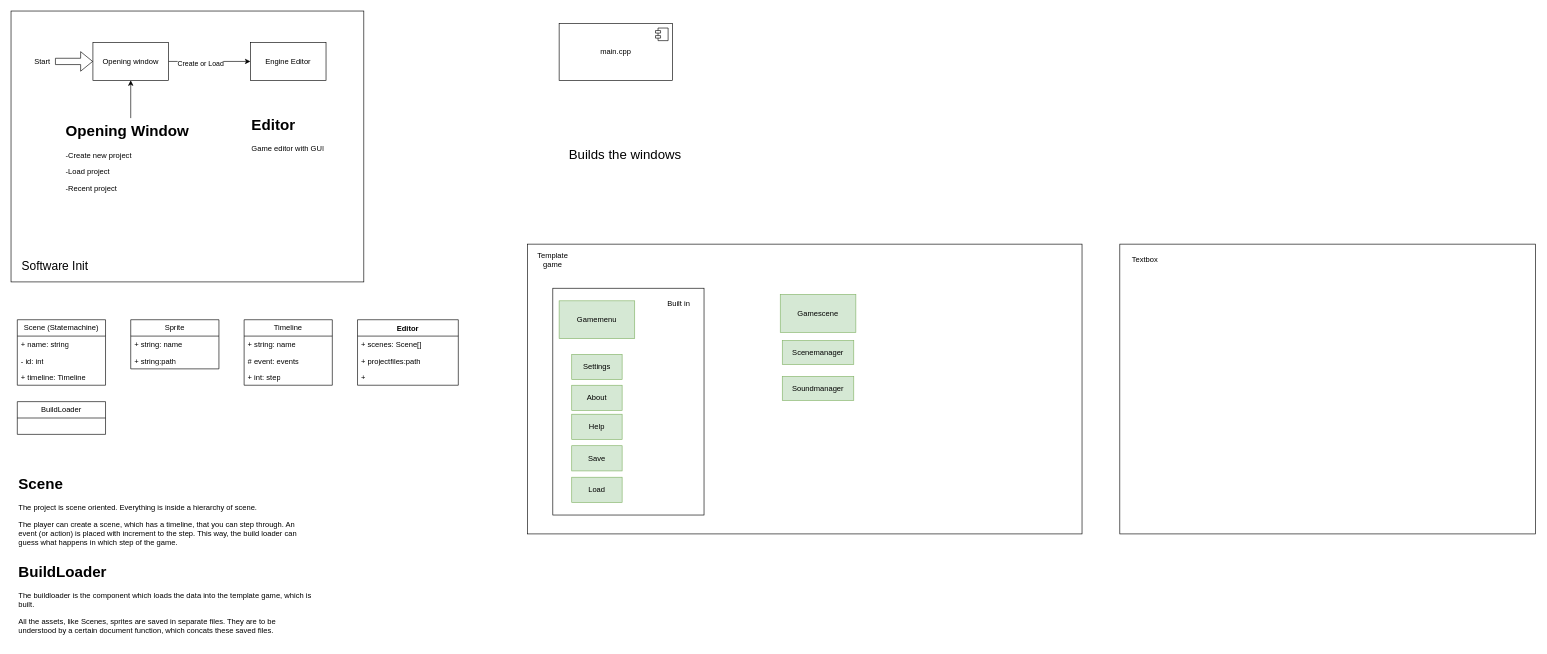
This is VNGE.drawio from dddani0/Visual-Novel-Engine, a draw.io file, before an edit. Source tidied: cells renumbered, new cells numbered last; positions are measured from the earlier drawing's top-left corner, leaving out a move shared by most shapes. Both pictures are drawn from the tidied source at 63%, with x=0, y=0 at pixel (11, 11).
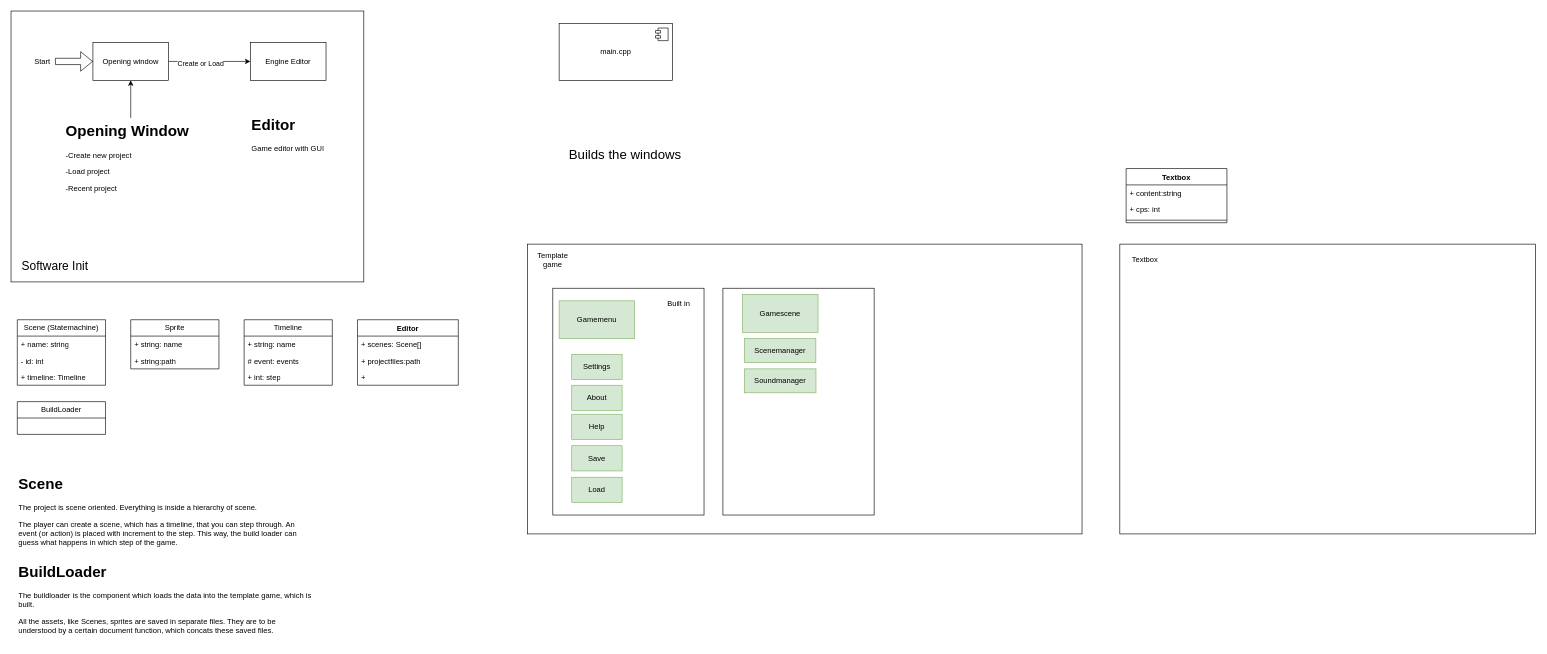
After the change.

What changed in the source:
```diff
@@
     <mxCell id="44" value="Gamescene" style="rounded=0;whiteSpace=wrap;html=1;fillColor=#d5e8d4;strokeColor=#82b366;" parent="1" vertex="1">
-      <mxGeometry x="1221" y="450" width="120" height="60" as="geometry" />
+      <mxGeometry x="1161" y="450" width="120" height="60" as="geometry" />
     </mxCell>
     <mxCell id="45" value="Scenemanager" style="rounded=0;whiteSpace=wrap;html=1;fillColor=#d5e8d4;strokeColor=#82b366;" parent="1" vertex="1">
-      <mxGeometry x="1224.2" y="523" width="113.5" height="38" as="geometry" />
+      <mxGeometry x="1164" y="520" width="113.5" height="38" as="geometry" />
     </mxCell>
     <mxCell id="46" value="Soundmanager" style="rounded=0;whiteSpace=wrap;html=1;fillColor=#d5e8d4;strokeColor=#82b366;" parent="1" vertex="1">
-      <mxGeometry x="1224.2" y="580" width="113.5" height="38" as="geometry" />
+      <mxGeometry x="1164.2" y="568" width="113.5" height="38" as="geometry" />
     </mxCell>
@@
+    <mxCell id="49" value="Textbox" style="swimlane;fontStyle=1;align=center;verticalAlign=top;horizontal=1;startSize=26;whiteSpace=wrap;html=1;" parent="1" vertex="1">
+      <mxGeometry x="1770" y="250" width="160" height="86" as="geometry" />
+    </mxCell>
+    <mxCell id="50" value="+ content:string" style="text;strokeColor=none;fillColor=none;align=left;verticalAlign=top;spacingLeft=4;spacingRight=4;overflow=hidden;whiteSpace=wrap;html=1;" parent="49" vertex="1">
+      <mxGeometry y="26" width="160" height="26" as="geometry" />
+    </mxCell>
+    <mxCell id="51" value="+ cps: int " style="text;strokeColor=none;fillColor=none;align=left;verticalAlign=top;spacingLeft=4;spacingRight=4;overflow=hidden;whiteSpace=wrap;html=1;" parent="49" vertex="1">
+      <mxGeometry y="52" width="160" height="26" as="geometry" />
+    </mxCell>
+    <mxCell id="52" style="line;strokeWidth=1;fillColor=none;align=left;verticalAlign=middle;spacingTop=-1;spacingLeft=3;spacingRight=3;labelPosition=right;strokeColor=inherit;" parent="49" vertex="1">
+      <mxGeometry y="78" width="160" height="8" as="geometry" />
+    </mxCell>
+    <mxCell id="53" style="rounded=0;whiteSpace=wrap;html=1;fillColor=none;" parent="1" vertex="1">
+      <mxGeometry x="1130" y="440" width="240" height="360" as="geometry" />
+    </mxCell>
```
